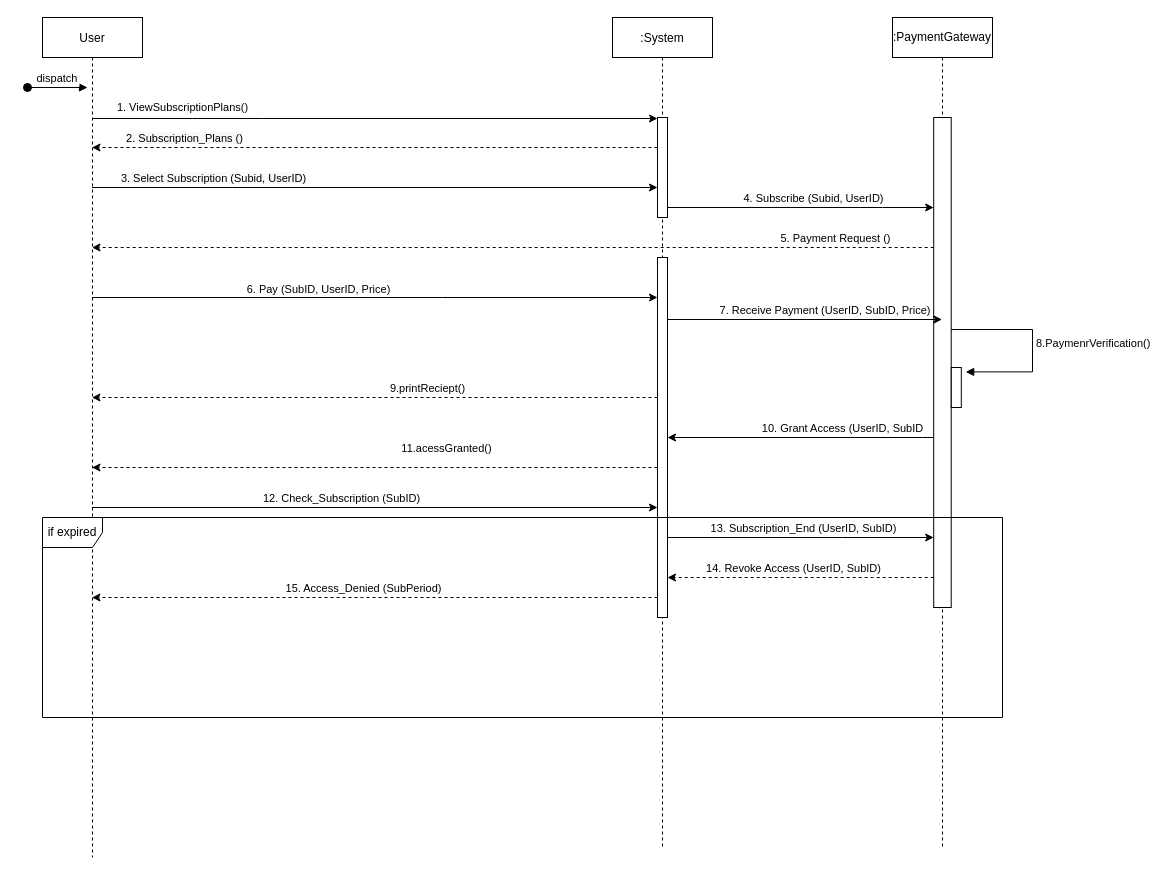
Above: Ramu/UpdatedDiagrams/sequence diagram patient subscription e-healthcare application.drawio in nishacado/E-Healthcare (draw.io), before the change. Source tidied: cells renumbered, new cells numbered last; positions are measured from the earlier drawing's top-left corner, leaving out a move shared by most shapes. Both pictures are drawn from the tidied source at 100%, with x=0, y=0 at pixel (27, 17).
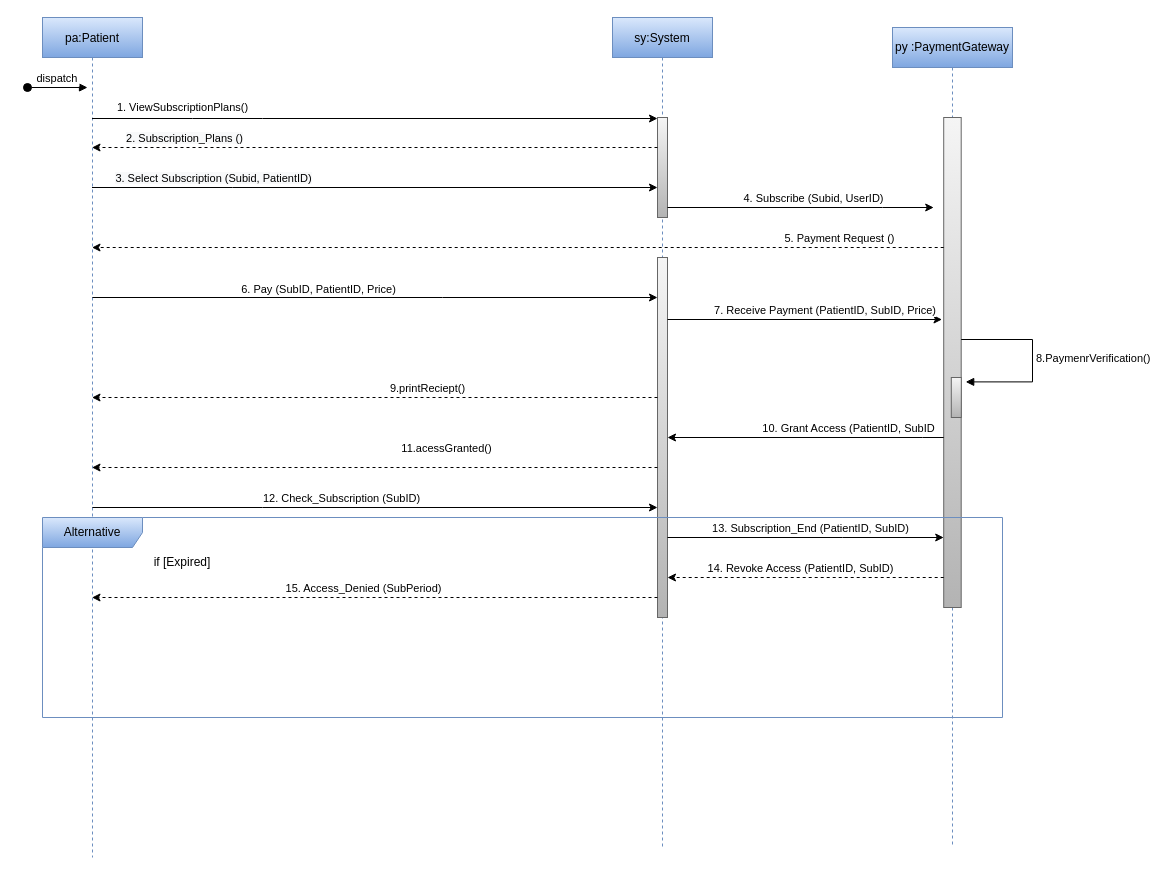
Above is the later version.

The change refers to these unchanged cells:
```xml
<mxCell id="2" style="edgeStyle=orthogonalEdgeStyle;rounded=0;jettySize=auto;html=1;endArrow=classic;endFill=1;" parent="1" edge="1" source="8" target="11">
  <mxGeometry relative="1" as="geometry">
    <Array as="points">
      <mxPoint x="205" y="170" />
      <mxPoint x="205" y="170" />
    </Array>
  </mxGeometry>
</mxCell>
<mxCell id="4" style="edgeStyle=orthogonalEdgeStyle;rounded=0;jettySize=auto;html=1;endArrow=classic;endFill=1;" parent="1" edge="1" source="8" target="12">
  <mxGeometry relative="1" as="geometry">
    <Array as="points">
      <mxPoint x="415" y="280" />
      <mxPoint x="415" y="280" />
    </Array>
  </mxGeometry>
</mxCell>
<mxCell id="24" style="edgeStyle=orthogonalEdgeStyle;rounded=0;orthogonalLoop=1;jettySize=auto;html=1;endArrow=classic;endFill=1;" parent="1" edge="1">
  <mxGeometry relative="1" as="geometry">
    <mxPoint x="640" y="302" as="sourcePoint" />
    <mxPoint x="914.5" y="302" as="targetPoint" />
    <Array as="points">
      <mxPoint x="845" y="302" />
      <mxPoint x="845" y="302" />
    </Array>
  </mxGeometry>
</mxCell>
<mxCell id="26" style="edgeStyle=orthogonalEdgeStyle;rounded=0;jettySize=auto;html=1;endArrow=classic;endFill=1;" parent="1" edge="1" source="14" target="12">
  <mxGeometry relative="1" as="geometry">
    <Array as="points">
      <mxPoint x="895" y="420" />
      <mxPoint x="895" y="420" />
    </Array>
  </mxGeometry>
</mxCell>
<mxCell id="33" style="edgeStyle=orthogonalEdgeStyle;rounded=0;jettySize=auto;html=1;endArrow=classic;endFill=1;" parent="1" edge="1" source="12" target="14">
  <mxGeometry relative="1" as="geometry">
    <Array as="points">
      <mxPoint x="815" y="520" />
      <mxPoint x="815" y="520" />
    </Array>
  </mxGeometry>
</mxCell>
<mxCell id="35" style="edgeStyle=orthogonalEdgeStyle;rounded=0;jettySize=auto;html=1;endArrow=classic;endFill=1;dashed=1;" parent="1" edge="1" source="14" target="12">
  <mxGeometry relative="1" as="geometry">
    <Array as="points">
      <mxPoint x="845" y="560" />
      <mxPoint x="845" y="560" />
    </Array>
  </mxGeometry>
</mxCell>
```

What changed in the source:
```diff
@@
-    <mxCell id="3" value="&lt;span style=&quot;background-color: rgb(248, 249, 250);&quot;&gt;3. Select Subscription (Subid, UserID)&lt;br&gt;&lt;/span&gt;" style="edgeLabel;html=1;align=center;verticalAlign=middle;" parent="2" vertex="1">
+    <mxCell id="3" value="&lt;span style=&quot;background-color: rgb(248, 249, 250);&quot;&gt;3. Select Subscription (Subid, PatientID)&lt;br&gt;&lt;/span&gt;" style="edgeLabel;html=1;align=center;verticalAlign=middle;" parent="2" vertex="1">
       <mxGeometry x="0.27" y="-4" relative="1" as="geometry">
         <mxPoint x="-238" y="-14" as="offset" />
       </mxGeometry>
     </mxCell>
@@
-    <mxCell id="5" value="&lt;div&gt;6. Pay (SubID, UserID, Price)&lt;br&gt;&lt;/div&gt;" style="edgeLabel;html=1;align=center;verticalAlign=middle;" parent="4" vertex="1">
+    <mxCell id="5" value="&lt;div&gt;6. Pay (SubID, PatientID, Price)&lt;br&gt;&lt;/div&gt;" style="edgeLabel;html=1;align=center;verticalAlign=middle;" parent="4" vertex="1">
       <mxGeometry x="-0.35" y="4" relative="1" as="geometry">
         <mxPoint x="42" y="-5" as="offset" />
       </mxGeometry>
     </mxCell>
@@
-    <mxCell id="8" value="User" style="shape=umlLifeline;perimeter=lifelinePerimeter;rounded=0;shadow=0;strokeWidth=1;" parent="1" vertex="1">
+    <mxCell id="8" value="pa:Patient" style="shape=umlLifeline;perimeter=lifelinePerimeter;rounded=0;shadow=0;strokeWidth=1;fillColor=#dae8fc;gradientColor=#7ea6e0;strokeColor=#6c8ebf;" parent="1" vertex="1">
       <mxGeometry x="15" width="100" height="840" as="geometry" />
     </mxCell>
@@
-    <mxCell id="10" value=":System" style="shape=umlLifeline;perimeter=lifelinePerimeter;rounded=0;shadow=0;strokeWidth=1;" parent="1" vertex="1">
+    <mxCell id="10" value="sy:System" style="shape=umlLifeline;perimeter=lifelinePerimeter;rounded=0;shadow=0;strokeWidth=1;fillColor=#dae8fc;gradientColor=#7ea6e0;strokeColor=#6c8ebf;" parent="1" vertex="1">
       <mxGeometry x="585" width="100" height="830" as="geometry" />
     </mxCell>
-    <mxCell id="11" style="points=[];perimeter=orthogonalPerimeter;rounded=0;shadow=0;strokeWidth=1;" parent="10" vertex="1">
+    <mxCell id="11" style="points=[];perimeter=orthogonalPerimeter;rounded=0;shadow=0;strokeWidth=1;fillColor=#f5f5f5;gradientColor=#b3b3b3;strokeColor=#666666;" parent="10" vertex="1">
       <mxGeometry x="45" y="100" width="10" height="100" as="geometry" />
     </mxCell>
-    <mxCell id="12" style="html=1;points=[];perimeter=orthogonalPerimeter;" parent="10" vertex="1">
+    <mxCell id="12" style="html=1;points=[];perimeter=orthogonalPerimeter;fillColor=#f5f5f5;gradientColor=#b3b3b3;strokeColor=#666666;" parent="10" vertex="1">
       <mxGeometry x="45" y="240" width="10" height="360" as="geometry" />
     </mxCell>
-    <mxCell id="13" value=":PaymentGateway" style="shape=umlLifeline;perimeter=lifelinePerimeter;whiteSpace=wrap;html=1;" parent="1" vertex="1">
-      <mxGeometry x="865" width="100" height="830" as="geometry" />
+    <mxCell id="13" value="py :PaymentGateway" style="shape=umlLifeline;perimeter=lifelinePerimeter;whiteSpace=wrap;html=1;fillColor=#dae8fc;gradientColor=#7ea6e0;strokeColor=#6c8ebf;" parent="1" vertex="1">
+      <mxGeometry x="865" y="10" width="120" height="820" as="geometry" />
     </mxCell>
-    <mxCell id="14" style="html=1;points=[];perimeter=orthogonalPerimeter;" parent="13" vertex="1">
-      <mxGeometry x="41.2" y="100" width="17.5" height="490" as="geometry" />
+    <mxCell id="14" style="html=1;points=[];perimeter=orthogonalPerimeter;fillColor=#f5f5f5;gradientColor=#b3b3b3;strokeColor=#666666;" parent="13" vertex="1">
+      <mxGeometry x="51.2" y="90" width="17.5" height="490" as="geometry" />
     </mxCell>
-    <mxCell id="15" style="html=1;points=[];perimeter=orthogonalPerimeter;" parent="13" vertex="1">
+    <mxCell id="15" style="html=1;points=[];perimeter=orthogonalPerimeter;fillColor=#f5f5f5;gradientColor=#b3b3b3;strokeColor=#666666;" parent="13" vertex="1">
       <mxGeometry x="58.8" y="350" width="10" height="40" as="geometry" />
     </mxCell>
@@
-    <mxCell id="25" value="&amp;nbsp;7. Receive Payment (UserID, SubID, Price)" style="edgeLabel;html=1;align=center;verticalAlign=middle;" parent="24" vertex="1">
+    <mxCell id="25" value="&amp;nbsp;7. Receive Payment (PatientID, SubID, Price)" style="edgeLabel;html=1;align=center;verticalAlign=middle;" parent="24" vertex="1">
       <mxGeometry x="-0.31" y="2" relative="1" as="geometry">
         <mxPoint x="60" y="-8" as="offset" />
       </mxGeometry>
     </mxCell>
@@
-    <mxCell id="27" value="&lt;div&gt;10. Grant Access (UserID, SubID&lt;/div&gt;" style="edgeLabel;html=1;align=center;verticalAlign=middle;" parent="26" vertex="1">
+    <mxCell id="27" value="&lt;div&gt;10. Grant Access (PatientID, SubID&lt;/div&gt;" style="edgeLabel;html=1;align=center;verticalAlign=middle;" parent="26" vertex="1">
       <mxGeometry x="-0.16" y="4" relative="1" as="geometry">
         <mxPoint x="20" y="-14" as="offset" />
       </mxGeometry>
     </mxCell>
@@
-    <mxCell id="32" value="if expired" style="shape=umlFrame;whiteSpace=wrap;html=1;" parent="1" vertex="1">
+    <mxCell id="32" value="Alternative" style="shape=umlFrame;whiteSpace=wrap;html=1;width=100;height=30;fillColor=#dae8fc;gradientColor=#7ea6e0;strokeColor=#6c8ebf;" parent="1" vertex="1">
       <mxGeometry x="15" y="500" width="960" height="200" as="geometry" />
     </mxCell>
@@
-    <mxCell id="34" value="&lt;div&gt;13. Subscription_End (UserID, SubID)&lt;br&gt;&lt;/div&gt;" style="edgeLabel;html=1;align=center;verticalAlign=middle;" parent="33" vertex="1">
+    <mxCell id="34" value="&lt;div&gt;13. Subscription_End (PatientID, SubID)&lt;br&gt;&lt;/div&gt;" style="edgeLabel;html=1;align=center;verticalAlign=middle;" parent="33" vertex="1">
       <mxGeometry x="0.28" y="-1" relative="1" as="geometry">
         <mxPoint x="-35" y="-11" as="offset" />
       </mxGeometry>
     </mxCell>
@@
-    <mxCell id="36" value="&lt;div&gt;14. Revoke Access (UserID, SubID)&lt;/div&gt;" style="edgeLabel;html=1;align=center;verticalAlign=middle;" parent="35" vertex="1">
+    <mxCell id="36" value="&lt;div&gt;14. Revoke Access (PatientID, SubID)&lt;/div&gt;" style="edgeLabel;html=1;align=center;verticalAlign=middle;" parent="35" vertex="1">
       <mxGeometry x="-0.32" y="4" relative="1" as="geometry">
         <mxPoint x="-50" y="-14" as="offset" />
       </mxGeometry>
     </mxCell>
@@
+    <mxCell id="39" value="if [Expired]" style="text;html=1;strokeColor=none;fillColor=none;align=center;verticalAlign=middle;whiteSpace=wrap;rounded=0;" parent="1" vertex="1">
+      <mxGeometry x="125" y="530" width="60" height="30" as="geometry" />
+    </mxCell>
```
